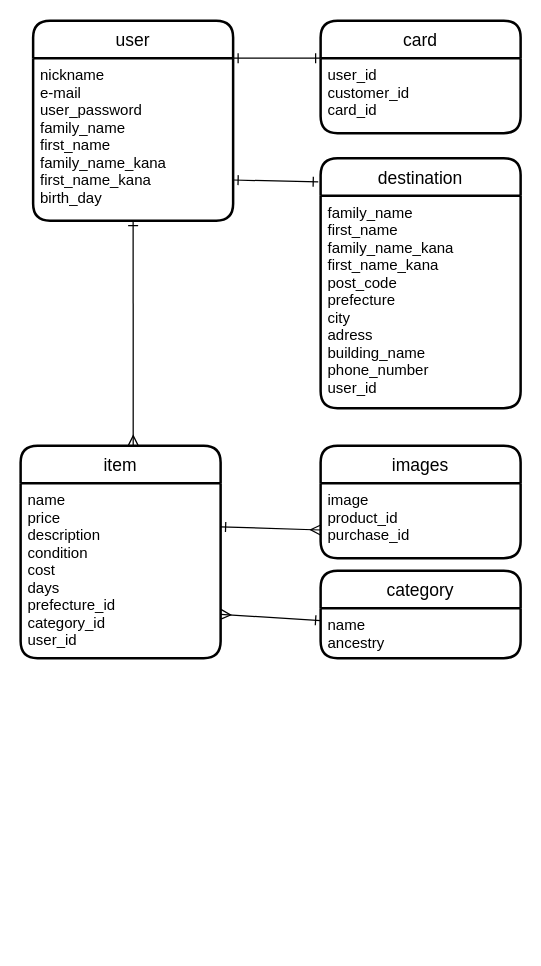
This is test.dio from ikari1055/furima-40500, a draw.io file, before an edit. Source tidied: cells renumbered, new cells numbered last; positions are measured from the earlier drawing's top-left corner, leaving out a move shared by most shapes. Both pictures are drawn from the tidied source at 125%, with x=0, y=0 at pixel (20, 20).
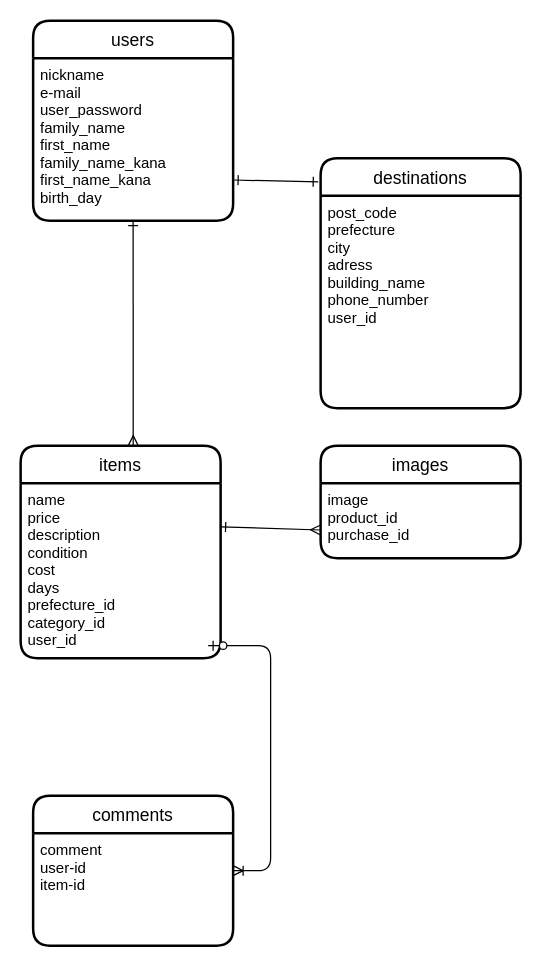
Above is the later version.

Commit message:
データベース設計修正

What changed in the source:
```diff
@@
 <mxGraphModel>
   <root>
     <mxCell id="0" />
     <mxCell id="1" parent="0" />
-    <mxCell id="2" value="user" style="swimlane;horizontal=1;startSize=30;rounded=1;fontSize=14;fontStyle=0;strokeWidth=2;shadow=0;dashed=0;align=center;" parent="1" vertex="1">
+    <mxCell id="2" value="users" style="swimlane;horizontal=1;startSize=30;rounded=1;fontSize=14;fontStyle=0;strokeWidth=2;shadow=0;dashed=0;align=center;" parent="1" vertex="1">
       <mxGeometry x="10" width="160" height="160" as="geometry" />
     </mxCell>
     <mxCell id="3" value="nickname&#10;e-mail&#10;user_password&#10;family_name&#10;first_name&#10;family_name_kana&#10;first_name_kana&#10;birth_day" style="align=left;strokeColor=none;fillColor=none;spacingLeft=4;fontSize=12;verticalAlign=top;" parent="2" vertex="1">
       <mxGeometry y="30" width="160" height="130" as="geometry" />
     </mxCell>
-    <mxCell id="4" value="item" style="swimlane;horizontal=1;startSize=30;rounded=1;fontSize=14;fontStyle=0;strokeWidth=2;shadow=0;dashed=0;align=center;" parent="1" vertex="1">
+    <mxCell id="4" value="items" style="swimlane;horizontal=1;startSize=30;rounded=1;fontSize=14;fontStyle=0;strokeWidth=2;shadow=0;dashed=0;align=center;" parent="1" vertex="1">
       <mxGeometry y="340" width="160" height="170" as="geometry" />
     </mxCell>
     <mxCell id="5" value="name&#10;price&#10;description&#10;condition&#10;cost&#10;days&#10;prefecture_id&#10;category_id&#10;user_id&#10;&#10;" style="align=left;strokeColor=none;fillColor=none;spacingLeft=4;fontSize=12;verticalAlign=top;" parent="4" vertex="1">
       <mxGeometry y="30" width="160" height="140" as="geometry" />
     </mxCell>
-    <mxCell id="6" value="card" style="swimlane;horizontal=1;startSize=30;rounded=1;fontSize=14;fontStyle=0;strokeWidth=2;shadow=0;dashed=0;align=center;" parent="1" vertex="1">
-      <mxGeometry x="240" width="160" height="90" as="geometry" />
-    </mxCell>
-    <mxCell id="7" value="user_id&#10;customer_id&#10;card_id" style="align=left;strokeColor=none;fillColor=none;spacingLeft=4;fontSize=12;verticalAlign=top;" parent="6" vertex="1">
-      <mxGeometry y="30" width="160" height="60" as="geometry" />
-    </mxCell>
+    <mxCell id="19" value="&#10;" style="align=left;strokeColor=none;fillColor=none;spacingLeft=4;fontSize=12;verticalAlign=top;" parent="4" vertex="1">
+      <mxGeometry y="170" width="160" as="geometry" />
+    </mxCell>
-    <mxCell id="8" value="destination" style="swimlane;horizontal=1;startSize=30;rounded=1;fontSize=14;fontStyle=0;strokeWidth=2;shadow=0;dashed=0;align=center;" parent="1" vertex="1">
+    <mxCell id="8" value="destinations" style="swimlane;horizontal=1;startSize=30;rounded=1;fontSize=14;fontStyle=0;strokeWidth=2;shadow=0;dashed=0;align=center;" parent="1" vertex="1">
       <mxGeometry x="240" y="110" width="160" height="200" as="geometry" />
     </mxCell>
-    <mxCell id="9" value="family_name&#10;first_name&#10;family_name_kana&#10;first_name_kana&#10;post_code&#10;prefecture&#10;city&#10;adress&#10;building_name&#10;phone_number&#10;user_id&#10;" style="text;strokeColor=none;fillColor=none;spacingLeft=4;spacingRight=4;overflow=hidden;fontSize=12;" parent="8" vertex="1">
+    <mxCell id="9" value="post_code&#10;prefecture&#10;city&#10;adress&#10;building_name&#10;phone_number&#10;user_id&#10;" style="text;strokeColor=none;fillColor=none;spacingLeft=4;spacingRight=4;overflow=hidden;fontSize=12;" parent="8" vertex="1">
       <mxGeometry y="30" width="160" height="170" as="geometry" />
     </mxCell>
     <mxCell id="10" value="images" style="swimlane;horizontal=1;startSize=30;rounded=1;fontSize=14;fontStyle=0;strokeWidth=2;shadow=0;dashed=0;align=center;" parent="1" vertex="1">
       <mxGeometry x="240" y="340" width="160" height="90" as="geometry" />
     </mxCell>
     <mxCell id="11" value="image&#10;product_id&#10;purchase_id" style="align=left;strokeColor=none;fillColor=none;spacingLeft=4;fontSize=12;verticalAlign=top;" parent="10" vertex="1">
       <mxGeometry y="30" width="160" height="60" as="geometry" />
     </mxCell>
-    <mxCell id="12" value="category" style="swimlane;horizontal=1;startSize=30;rounded=1;fontSize=14;fontStyle=0;strokeWidth=2;shadow=0;dashed=0;align=center;" parent="1" vertex="1">
-      <mxGeometry x="240" y="440" width="160" height="70" as="geometry" />
-    </mxCell>
-    <mxCell id="13" value="name&#10;ancestry" style="align=left;strokeColor=none;fillColor=none;spacingLeft=4;fontSize=12;verticalAlign=top;" parent="12" vertex="1">
-      <mxGeometry y="30" width="160" height="40" as="geometry" />
-    </mxCell>
-    <mxCell id="14" style="edgeStyle=none;html=1;exitX=1;exitY=0.75;exitDx=0;exitDy=0;entryX=0;entryY=0.25;entryDx=0;entryDy=0;endArrow=ERone;endFill=0;startArrow=ERmany;startFill=0;" parent="1" edge="1" source="5" target="13">
-      <mxGeometry relative="1" as="geometry" />
-    </mxCell>
     <mxCell id="15" style="edgeStyle=none;html=1;exitX=1;exitY=0.25;exitDx=0;exitDy=0;startArrow=ERone;startFill=0;endArrow=ERmany;endFill=0;entryX=0;entryY=0.75;entryDx=0;entryDy=0;" parent="1" edge="1" source="5" target="10">
       <mxGeometry relative="1" as="geometry" />
     </mxCell>
     <mxCell id="16" style="edgeStyle=none;html=1;exitX=1;exitY=0.75;exitDx=0;exitDy=0;entryX=-0.012;entryY=0.095;entryDx=0;entryDy=0;entryPerimeter=0;startArrow=ERone;startFill=0;endArrow=ERone;endFill=0;" parent="1" edge="1" source="3" target="8">
       <mxGeometry relative="1" as="geometry" />
     </mxCell>
-    <mxCell id="17" style="edgeStyle=none;html=1;exitX=1;exitY=0;exitDx=0;exitDy=0;startArrow=ERone;startFill=0;endArrow=ERone;endFill=0;" parent="1" edge="1" source="3">
-      <mxGeometry relative="1" as="geometry">
-        <mxPoint x="240" y="30" as="targetPoint" />
-      </mxGeometry>
-    </mxCell>
     <mxCell id="18" style="edgeStyle=none;html=1;exitX=0.5;exitY=1;exitDx=0;exitDy=0;entryX=0.563;entryY=0;entryDx=0;entryDy=0;entryPerimeter=0;startArrow=ERone;startFill=0;endArrow=ERmany;endFill=0;" parent="1" edge="1" source="3" target="4">
       <mxGeometry relative="1" as="geometry" />
     </mxCell>
+    <mxCell id="20" value="comments" style="swimlane;horizontal=1;startSize=30;rounded=1;fontSize=14;fontStyle=0;strokeWidth=2;shadow=0;dashed=0;align=center;" parent="1" vertex="1">
+      <mxGeometry x="10" y="620" width="160" height="120" as="geometry" />
+    </mxCell>
+    <mxCell id="21" value="comment&#10;user-id&#10;item-id" style="align=left;strokeColor=none;fillColor=none;spacingLeft=4;fontSize=12;verticalAlign=top;" parent="20" vertex="1">
+      <mxGeometry y="30" width="160" height="90" as="geometry" />
+    </mxCell>
+    <mxCell id="22" style="edgeStyle=entityRelationEdgeStyle;fontSize=12;html=1;endArrow=ERoneToMany;startArrow=ERzeroToOne;" parent="1" edge="1" target="20">
+      <mxGeometry relative="1" as="geometry">
+        <mxPoint x="150" y="500" as="sourcePoint" />
+      </mxGeometry>
+    </mxCell>
   </root>
 </mxGraphModel>
```
